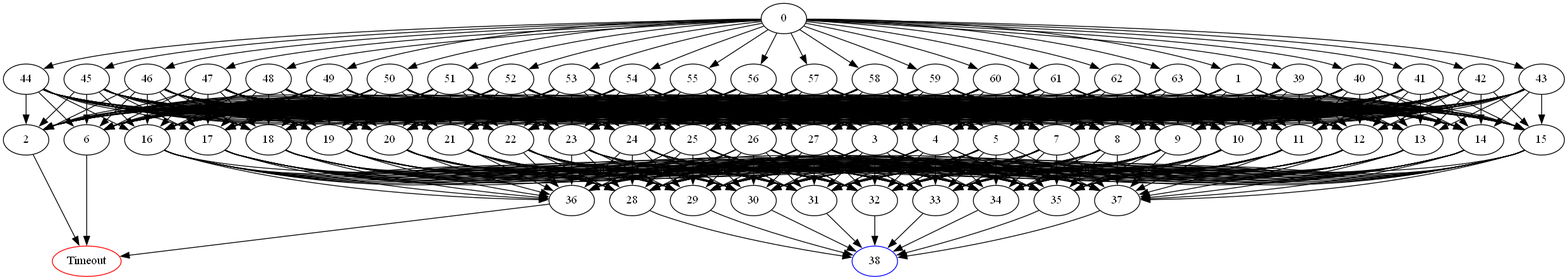
Before: DomainPicture/x9hg8.05356.comdirected_graph.png, a diagram exported from Graphviz (Asikl/MazeMapper). Its source is kept beside it as DomainPicture/x9hg8.05356.comdirected_graph.dot.
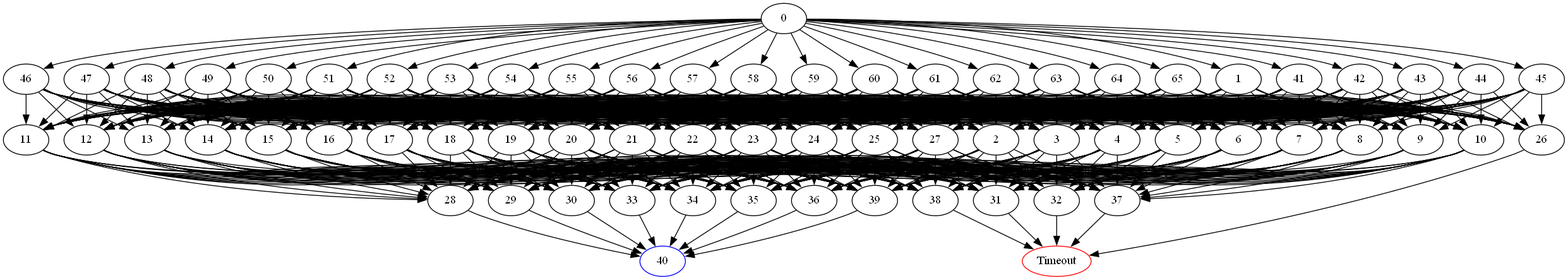
After the commit.

What changed in the source:
```diff
@@ -1,7 +1,5 @@
 digraph G {
 	0 -> 1;
-	0 -> 39;
-	0 -> 40;
 	0 -> 41;
 	0 -> 42;
 	0 -> 43;
@@ -25,6 +23,8 @@
 	0 -> 61;
 	0 -> 62;
 	0 -> 63;
+	0 -> 64;
+	0 -> 65;
 	1 -> 2;
 	1 -> 3;
 	1 -> 4;
@@ -51,8 +51,18 @@
 	1 -> 25;
 	1 -> 26;
 	1 -> 27;
-	2 -> "Timeout";
-Timeout [color=red];
+	2 -> 28;
+	2 -> 29;
+	2 -> 30;
+	2 -> 31;
+	2 -> 32;
+	2 -> 33;
+	2 -> 34;
+	2 -> 35;
+	2 -> 36;
+	2 -> 37;
+	2 -> 38;
+	2 -> 39;
 	3 -> 28;
 	3 -> 29;
 	3 -> 30;
@@ -63,6 +73,8 @@
 	3 -> 35;
 	3 -> 36;
 	3 -> 37;
+	3 -> 38;
+	3 -> 39;
 	4 -> 28;
 	4 -> 29;
 	4 -> 30;
@@ -73,6 +85,8 @@
 	4 -> 35;
 	4 -> 36;
 	4 -> 37;
+	4 -> 38;
+	4 -> 39;
 	5 -> 28;
 	5 -> 29;
 	5 -> 30;
@@ -83,8 +97,20 @@
 	5 -> 35;
 	5 -> 36;
 	5 -> 37;
-	6 -> "Timeout";
-Timeout [color=red];
+	5 -> 38;
+	5 -> 39;
+	6 -> 28;
+	6 -> 29;
+	6 -> 30;
+	6 -> 31;
+	6 -> 32;
+	6 -> 33;
+	6 -> 34;
+	6 -> 35;
+	6 -> 36;
+	6 -> 37;
+	6 -> 38;
+	6 -> 39;
 	7 -> 28;
 	7 -> 29;
 	7 -> 30;
@@ -95,6 +121,8 @@
 	7 -> 35;
 	7 -> 36;
 	7 -> 37;
+	7 -> 38;
+	7 -> 39;
 	8 -> 28;
 	8 -> 29;
 	8 -> 30;
@@ -105,6 +133,8 @@
 	8 -> 35;
 	8 -> 36;
 	8 -> 37;
+	8 -> 38;
+	8 -> 39;
 	9 -> 28;
 	9 -> 29;
 	9 -> 30;
@@ -115,6 +145,8 @@
 	9 -> 35;
 	9 -> 36;
 	9 -> 37;
+	9 -> 38;
+	9 -> 39;
 	10 -> 28;
 	10 -> 29;
 	10 -> 30;
@@ -125,6 +157,8 @@
 	10 -> 35;
 	10 -> 36;
 	10 -> 37;
+	10 -> 38;
+	10 -> 39;
 	11 -> 28;
 	11 -> 29;
 	11 -> 30;
@@ -135,6 +169,8 @@
 	11 -> 35;
 	11 -> 36;
 	11 -> 37;
+	11 -> 38;
+	11 -> 39;
 	12 -> 28;
 	12 -> 29;
 	12 -> 30;
@@ -145,6 +181,8 @@
 	12 -> 35;
 	12 -> 36;
 	12 -> 37;
+	12 -> 38;
+	12 -> 39;
 	13 -> 28;
 	13 -> 29;
 	13 -> 30;
@@ -155,6 +193,8 @@
 	13 -> 35;
 	13 -> 36;
 	13 -> 37;
+	13 -> 38;
+	13 -> 39;
 	14 -> 28;
 	14 -> 29;
 	14 -> 30;
@@ -165,6 +205,8 @@
 	14 -> 35;
 	14 -> 36;
 	14 -> 37;
+	14 -> 38;
+	14 -> 39;
 	15 -> 28;
 	15 -> 29;
 	15 -> 30;
@@ -175,6 +217,8 @@
 	15 -> 35;
 	15 -> 36;
 	15 -> 37;
+	15 -> 38;
+	15 -> 39;
 	16 -> 28;
 	16 -> 29;
 	16 -> 30;
@@ -185,6 +229,8 @@
 	16 -> 35;
 	16 -> 36;
 	16 -> 37;
+	16 -> 38;
+	16 -> 39;
 	17 -> 28;
 	17 -> 29;
 	17 -> 30;
@@ -195,6 +241,8 @@
 	17 -> 35;
 	17 -> 36;
 	17 -> 37;
+	17 -> 38;
+	17 -> 39;
 	18 -> 28;
 	18 -> 29;
 	18 -> 30;
@@ -205,6 +253,8 @@
 	18 -> 35;
 	18 -> 36;
 	18 -> 37;
+	18 -> 38;
+	18 -> 39;
 	19 -> 28;
 	19 -> 29;
 	19 -> 30;
@@ -215,6 +265,8 @@
 	19 -> 35;
 	19 -> 36;
 	19 -> 37;
+	19 -> 38;
+	19 -> 39;
 	20 -> 28;
 	20 -> 29;
 	20 -> 30;
@@ -225,6 +277,8 @@
 	20 -> 35;
 	20 -> 36;
 	20 -> 37;
+	20 -> 38;
+	20 -> 39;
 	21 -> 28;
 	21 -> 29;
 	21 -> 30;
@@ -235,6 +289,8 @@
 	21 -> 35;
 	21 -> 36;
 	21 -> 37;
+	21 -> 38;
+	21 -> 39;
 	22 -> 28;
 	22 -> 29;
 	22 -> 30;
@@ -245,6 +301,8 @@
 	22 -> 35;
 	22 -> 36;
 	22 -> 37;
+	22 -> 38;
+	22 -> 39;
 	23 -> 28;
 	23 -> 29;
 	23 -> 30;
@@ -255,6 +313,8 @@
 	23 -> 35;
 	23 -> 36;
 	23 -> 37;
+	23 -> 38;
+	23 -> 39;
 	24 -> 28;
 	24 -> 29;
 	24 -> 30;
@@ -265,6 +325,8 @@
 	24 -> 35;
 	24 -> 36;
 	24 -> 37;
+	24 -> 38;
+	24 -> 39;
 	25 -> 28;
 	25 -> 29;
 	25 -> 30;
@@ -275,16 +337,10 @@
 	25 -> 35;
 	25 -> 36;
 	25 -> 37;
-	26 -> 28;
-	26 -> 29;
-	26 -> 30;
-	26 -> 31;
-	26 -> 32;
-	26 -> 33;
-	26 -> 34;
-	26 -> 35;
-	26 -> 36;
-	26 -> 37;
+	25 -> 38;
+	25 -> 39;
+	26 -> "Timeout";
+Timeout [color=red];
 	27 -> 28;
 	27 -> 29;
 	27 -> 30;
@@ -295,78 +351,32 @@
 	27 -> 35;
 	27 -> 36;
 	27 -> 37;
-	28 -> "38";
-38 [color=blue];
-	29 -> "38";
-38 [color=blue];
-	30 -> "38";
-38 [color=blue];
-	31 -> "38";
-38 [color=blue];
-	32 -> "38";
-38 [color=blue];
-	33 -> "38";
-38 [color=blue];
-	34 -> "38";
-38 [color=blue];
-	35 -> "38";
-38 [color=blue];
-	36 -> "Timeout";
+	27 -> 38;
+	27 -> 39;
+	28 -> "40";
+40 [color=blue];
+	29 -> "40";
+40 [color=blue];
+	30 -> "40";
+40 [color=blue];
+	31 -> "Timeout";
 Timeout [color=red];
-	37 -> "38";
-38 [color=blue];
-	39 -> 2;
-	39 -> 3;
-	39 -> 4;
-	39 -> 5;
-	39 -> 6;
-	39 -> 7;
-	39 -> 8;
-	39 -> 9;
-	39 -> 10;
-	39 -> 11;
-	39 -> 12;
-	39 -> 13;
-	39 -> 14;
-	39 -> 15;
-	39 -> 16;
-	39 -> 17;
-	39 -> 18;
-	39 -> 19;
-	39 -> 20;
-	39 -> 21;
-	39 -> 22;
-	39 -> 23;
-	39 -> 24;
-	39 -> 25;
-	39 -> 26;
-	39 -> 27;
-	40 -> 2;
-	40 -> 3;
-	40 -> 4;
-	40 -> 5;
-	40 -> 6;
-	40 -> 7;
-	40 -> 8;
-	40 -> 9;
-	40 -> 10;
-	40 -> 11;
-	40 -> 12;
-	40 -> 13;
-	40 -> 14;
-	40 -> 15;
-	40 -> 16;
-	40 -> 17;
-	40 -> 18;
-	40 -> 19;
-	40 -> 20;
-	40 -> 21;
-	40 -> 22;
-	40 -> 23;
-	40 -> 24;
-	40 -> 25;
-	40 -> 26;
-	40 -> 27;
+	32 -> "Timeout";
+Timeout [color=red];
+	33 -> "40";
+40 [color=blue];
+	34 -> "40";
+40 [color=blue];
+	35 -> "40";
+40 [color=blue];
+	36 -> "40";
+40 [color=blue];
+	37 -> "Timeout";
+Timeout [color=red];
+	38 -> "Timeout";
+Timeout [color=red];
+	39 -> "40";
+40 [color=blue];
 	41 -> 2;
 	41 -> 3;
 	41 -> 4;
@@ -965,4 +975,56 @@
 	63 -> 25;
 	63 -> 26;
 	63 -> 27;
+	64 -> 2;
+	64 -> 3;
+	64 -> 4;
+	64 -> 5;
+	64 -> 6;
+	64 -> 7;
+	64 -> 8;
+	64 -> 9;
+	64 -> 10;
+	64 -> 11;
+	64 -> 12;
+	64 -> 13;
+	64 -> 14;
+	64 -> 15;
+	64 -> 16;
+	64 -> 17;
+	64 -> 18;
+	64 -> 19;
+	64 -> 20;
+	64 -> 21;
+	64 -> 22;
+	64 -> 23;
+	64 -> 24;
+	64 -> 25;
+	64 -> 26;
+	64 -> 27;
+	65 -> 2;
+	65 -> 3;
+	65 -> 4;
+	65 -> 5;
+	65 -> 6;
+	65 -> 7;
+	65 -> 8;
+	65 -> 9;
+	65 -> 10;
+	65 -> 11;
+	65 -> 12;
+	65 -> 13;
+	65 -> 14;
+	65 -> 15;
+	65 -> 16;
+	65 -> 17;
+	65 -> 18;
+	65 -> 19;
+	65 -> 20;
+	65 -> 21;
+	65 -> 22;
+	65 -> 23;
+	65 -> 24;
+	65 -> 25;
+	65 -> 26;
+	65 -> 27;
 }
```
